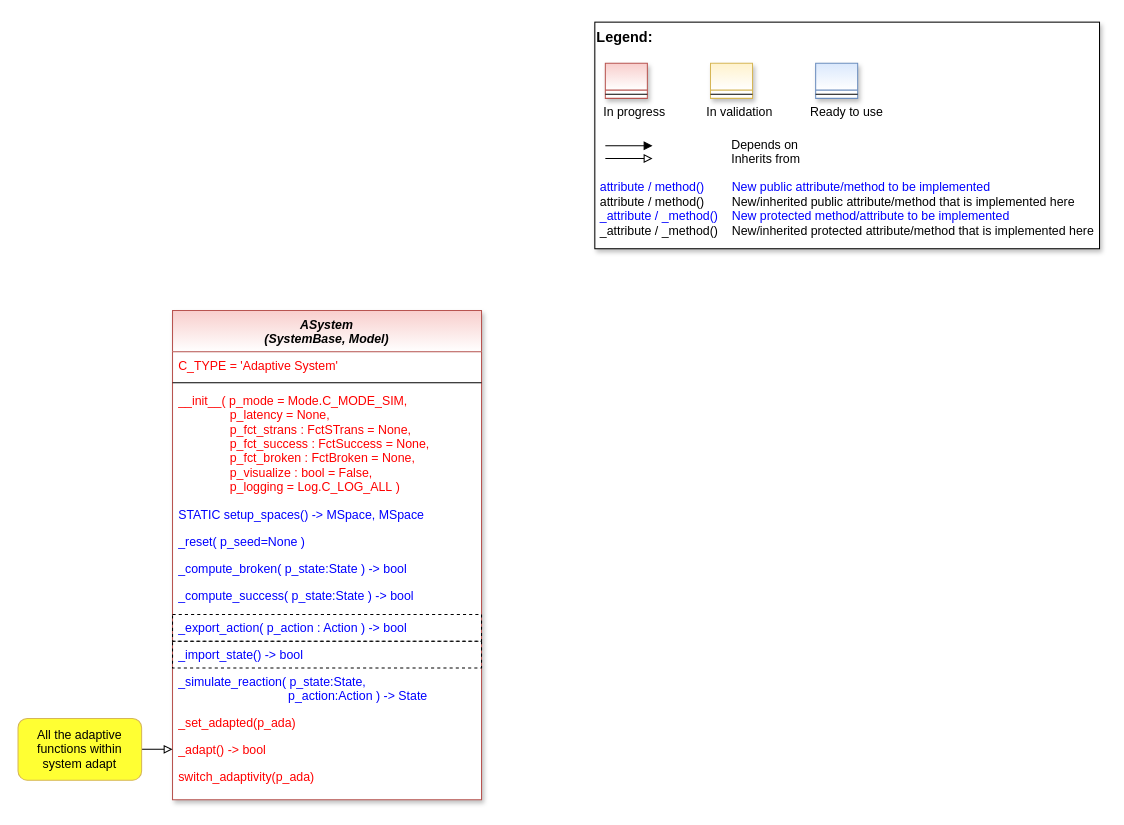
The draw.io diagram doc/rtd/content/04_appendices/appendix2/sub/core/images/bf/MLPro-BF-Systems-AdaptiveSystems_class_diagram.drawio in fhswf/MLPro, before the edit. Source tidied: cells renumbered, new cells numbered last; positions are measured from the earlier drawing's top-left corner, leaving out a move shared by most shapes. Both pictures are drawn from the tidied source at 103%, with x=0, y=0 at pixel (18, 22).
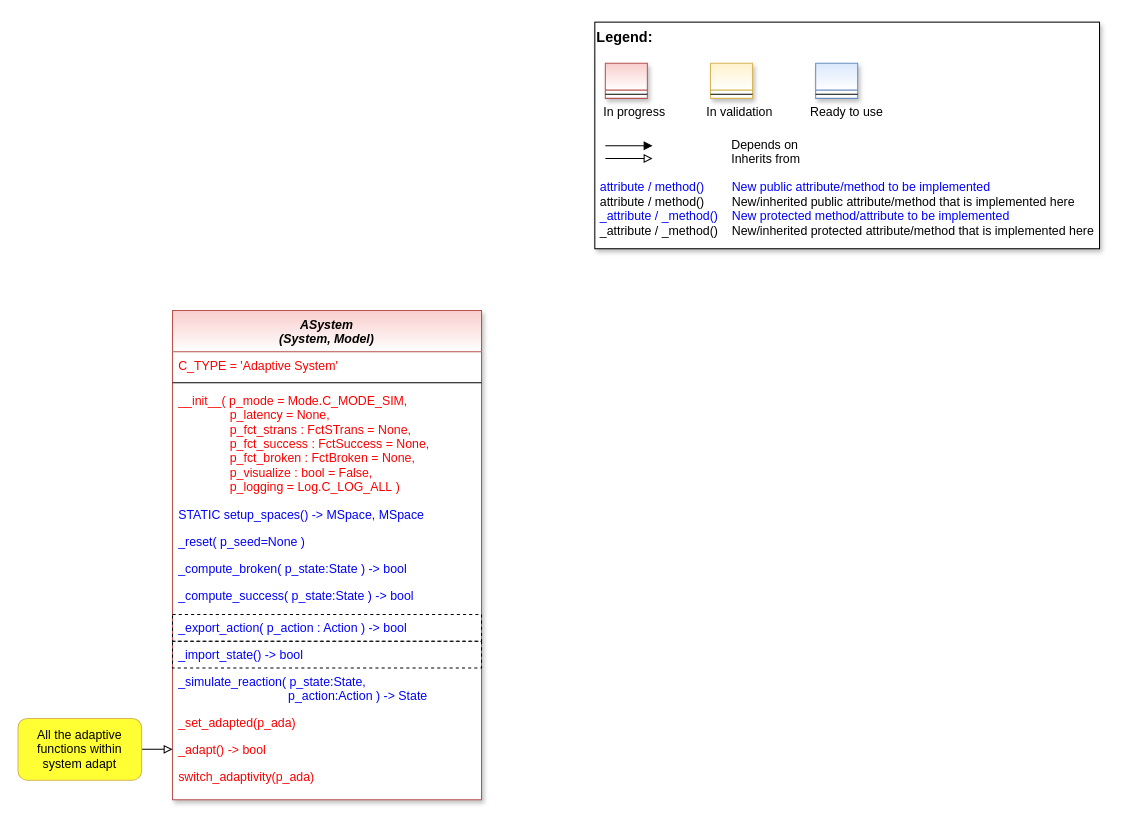
The same page after the edit.

What changed in the source:
```diff
@@
-    <mxCell id="2" value="ASystem&#10;(SystemBase, Model)" style="swimlane;fontStyle=3;align=center;verticalAlign=top;horizontal=1;startSize=40;rounded=0;shadow=1;strokeWidth=1;fillColor=#f8cecc;strokeColor=#b85450;swimlaneFillColor=#ffffff;gradientColor=#FFFFFF;" parent="1" vertex="1">
+    <mxCell id="2" value="ASystem&#10;(System, Model)" style="swimlane;fontStyle=3;align=center;verticalAlign=top;horizontal=1;startSize=40;rounded=0;shadow=1;strokeWidth=1;fillColor=#f8cecc;strokeColor=#b85450;swimlaneFillColor=#ffffff;gradientColor=#FFFFFF;" parent="1" vertex="1">
       <mxGeometry x="150" y="280" width="300" height="475" as="geometry" />
     </mxCell>
```
